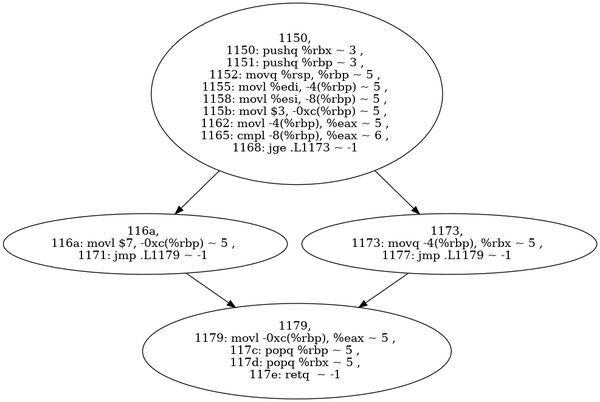
Earlier version of the Graphviz export evaluation_notebooks/temp.png (DBGilles/NemesisGuard). Its source is kept beside it as evaluation_notebooks/image/temp.dot.
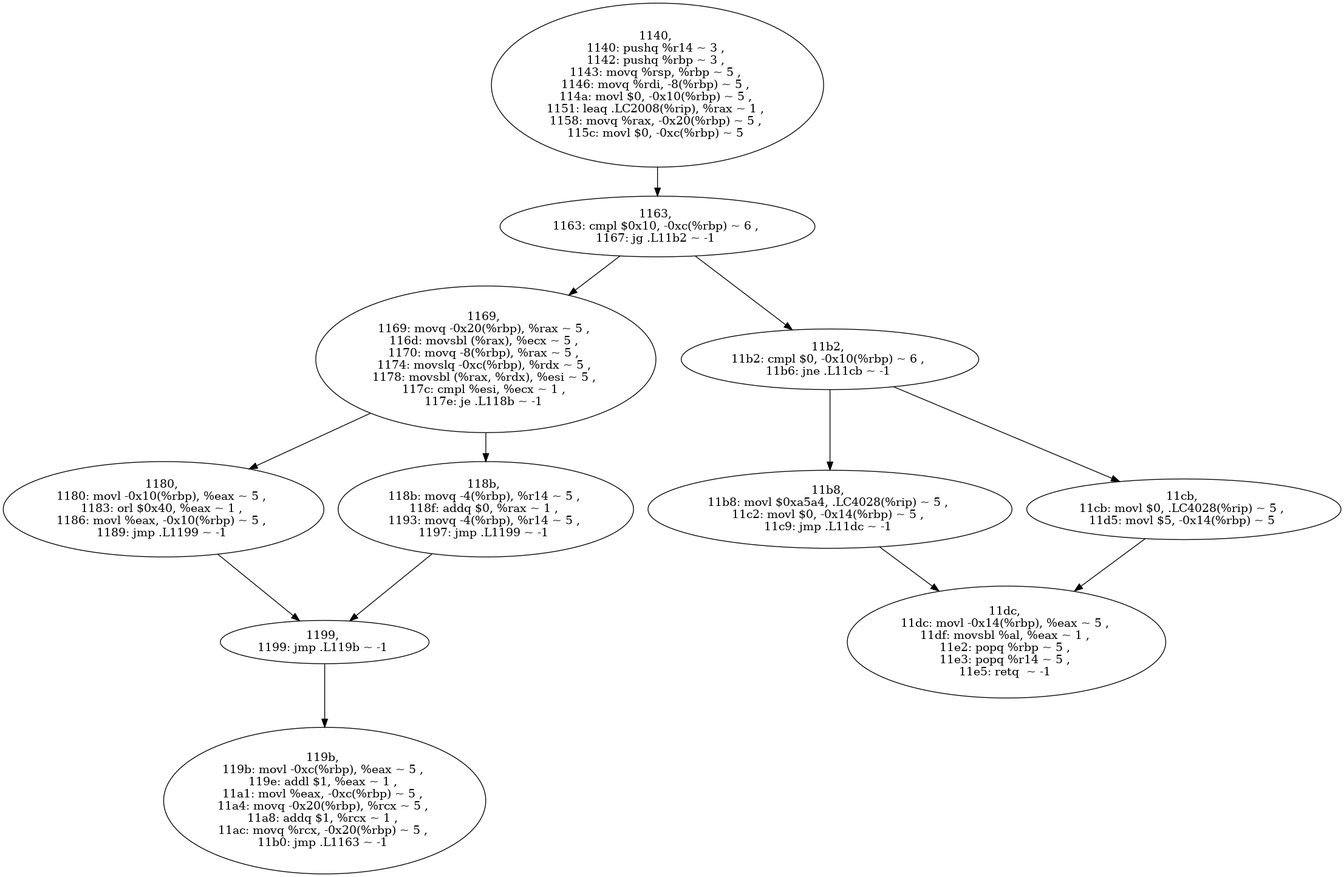
After the change.

The edit, as a diff of the source:
```diff
@@ -1,10 +1,24 @@
 strict digraph "" {
-	"1150, \n1150: pushq %rbx ~ 3 , \n1151: pushq %rbp ~ 3 , \n1152: movq %rsp, %rbp ~ 5 , \n1155: movl %edi, -4(%rbp) ~ 5 , \n1158: \
-movl %esi, -8(%rbp) ~ 5 , \n115b: movl $3, -0xc(%rbp) ~ 5 , \n1162: movl -4(%rbp), %eax ~ 5 , \n1165: cmpl -8(%rbp), %eax ~ 6 , \n1168: \
-jge .L1173 ~ -1 " -> "116a, \n116a: movl $7, -0xc(%rbp) ~ 5 , \n1171: jmp .L1179 ~ -1 ";
-	"1150, \n1150: pushq %rbx ~ 3 , \n1151: pushq %rbp ~ 3 , \n1152: movq %rsp, %rbp ~ 5 , \n1155: movl %edi, -4(%rbp) ~ 5 , \n1158: \
-movl %esi, -8(%rbp) ~ 5 , \n115b: movl $3, -0xc(%rbp) ~ 5 , \n1162: movl -4(%rbp), %eax ~ 5 , \n1165: cmpl -8(%rbp), %eax ~ 6 , \n1168: \
-jge .L1173 ~ -1 " -> "1173, \n1173: movq -4(%rbp), %rbx ~ 5 , \n1177: jmp .L1179 ~ -1 ";
-	"116a, \n116a: movl $7, -0xc(%rbp) ~ 5 , \n1171: jmp .L1179 ~ -1 " -> "1179, \n1179: movl -0xc(%rbp), %eax ~ 5 , \n117c: popq %rbp ~ 5 , \n117d: popq %rbx ~ 5 , \n117e: retq  ~ -1 ";
-	"1173, \n1173: movq -4(%rbp), %rbx ~ 5 , \n1177: jmp .L1179 ~ -1 " -> "1179, \n1179: movl -0xc(%rbp), %eax ~ 5 , \n117c: popq %rbp ~ 5 , \n117d: popq %rbx ~ 5 , \n117e: retq  ~ -1 ";
+	"1140, \n1140: pushq %r14 ~ 3 , \n1142: pushq %rbp ~ 3 , \n1143: movq %rsp, %rbp ~ 5 , \n1146: movq %rdi, -8(%rbp) ~ 5 , \n114a: \
+movl $0, -0x10(%rbp) ~ 5 , \n1151: leaq .LC2008(%rip), %rax ~ 1 , \n1158: movq %rax, -0x20(%rbp) ~ 5 , \n115c: movl $0, -0xc(%rbp) ~ \
+5 " -> "1163, \n1163: cmpl $0x10, -0xc(%rbp) ~ 6 , \n1167: jg .L11b2 ~ -1 ";
+	"1163, \n1163: cmpl $0x10, -0xc(%rbp) ~ 6 , \n1167: jg .L11b2 ~ -1 " -> "1169, \n1169: movq -0x20(%rbp), %rax ~ 5 , \n116d: movsbl (%rax), %ecx ~ 5 , \n1170: movq -8(%rbp), %rax ~ 5 , \n1174: movslq -0xc(%\
+rbp), %rdx ~ 5 , \n1178: movsbl (%rax, %rdx), %esi ~ 5 , \n117c: cmpl %esi, %ecx ~ 1 , \n117e: je .L118b ~ -1 ";
+	"1163, \n1163: cmpl $0x10, -0xc(%rbp) ~ 6 , \n1167: jg .L11b2 ~ -1 " -> "11b2, \n11b2: cmpl $0, -0x10(%rbp) ~ 6 , \n11b6: jne .L11cb ~ -1 ";
+	"1169, \n1169: movq -0x20(%rbp), %rax ~ 5 , \n116d: movsbl (%rax), %ecx ~ 5 , \n1170: movq -8(%rbp), %rax ~ 5 , \n1174: movslq -0xc(%\
+rbp), %rdx ~ 5 , \n1178: movsbl (%rax, %rdx), %esi ~ 5 , \n117c: cmpl %esi, %ecx ~ 1 , \n117e: je .L118b ~ -1 " -> "1180, \n1180: movl -0x10(%rbp), %eax ~ 5 , \n1183: orl $0x40, %eax ~ 1 , \n1186: movl %eax, -0x10(%rbp) ~ 5 , \n1189: jmp .L1199 ~ \
+-1 ";
+	"1169, \n1169: movq -0x20(%rbp), %rax ~ 5 , \n116d: movsbl (%rax), %ecx ~ 5 , \n1170: movq -8(%rbp), %rax ~ 5 , \n1174: movslq -0xc(%\
+rbp), %rdx ~ 5 , \n1178: movsbl (%rax, %rdx), %esi ~ 5 , \n117c: cmpl %esi, %ecx ~ 1 , \n117e: je .L118b ~ -1 " -> "118b, \n118b: movq -4(%rbp), %r14 ~ 5 , \n118f: addq $0, %rax ~ 1 , \n1193: movq -4(%rbp), %r14 ~ 5 , \n1197: jmp .L1199 ~ -1 ";
+	"1180, \n1180: movl -0x10(%rbp), %eax ~ 5 , \n1183: orl $0x40, %eax ~ 1 , \n1186: movl %eax, -0x10(%rbp) ~ 5 , \n1189: jmp .L1199 ~ \
+-1 " -> "1199, \n1199: jmp .L119b ~ -1 ";
+	"118b, \n118b: movq -4(%rbp), %r14 ~ 5 , \n118f: addq $0, %rax ~ 1 , \n1193: movq -4(%rbp), %r14 ~ 5 , \n1197: jmp .L1199 ~ -1 " -> "1199, \n1199: jmp .L119b ~ -1 ";
+	"1199, \n1199: jmp .L119b ~ -1 " -> "119b, \n119b: movl -0xc(%rbp), %eax ~ 5 , \n119e: addl $1, %eax ~ 1 , \n11a1: movl %eax, -0xc(%rbp) ~ 5 , \n11a4: movq -0x20(%rbp), %\
+rcx ~ 5 , \n11a8: addq $1, %rcx ~ 1 , \n11ac: movq %rcx, -0x20(%rbp) ~ 5 , \n11b0: jmp .L1163 ~ -1 ";
+	"11b2, \n11b2: cmpl $0, -0x10(%rbp) ~ 6 , \n11b6: jne .L11cb ~ -1 " -> "11b8, \n11b8: movl $0xa5a4, .LC4028(%rip) ~ 5 , \n11c2: movl $0, -0x14(%rbp) ~ 5 , \n11c9: jmp .L11dc ~ -1 ";
+	"11b2, \n11b2: cmpl $0, -0x10(%rbp) ~ 6 , \n11b6: jne .L11cb ~ -1 " -> "11cb, \n11cb: movl $0, .LC4028(%rip) ~ 5 , \n11d5: movl $5, -0x14(%rbp) ~ 5 ";
+	"11b8, \n11b8: movl $0xa5a4, .LC4028(%rip) ~ 5 , \n11c2: movl $0, -0x14(%rbp) ~ 5 , \n11c9: jmp .L11dc ~ -1 " -> "11dc, \n11dc: movl -0x14(%rbp), %eax ~ 5 , \n11df: movsbl %al, %eax ~ 1 , \n11e2: popq %rbp ~ 5 , \n11e3: popq %r14 ~ 5 , \n11e5: \
+retq  ~ -1 ";
+	"11cb, \n11cb: movl $0, .LC4028(%rip) ~ 5 , \n11d5: movl $5, -0x14(%rbp) ~ 5 " -> "11dc, \n11dc: movl -0x14(%rbp), %eax ~ 5 , \n11df: movsbl %al, %eax ~ 1 , \n11e2: popq %rbp ~ 5 , \n11e3: popq %r14 ~ 5 , \n11e5: \
+retq  ~ -1 ";
 }
```
